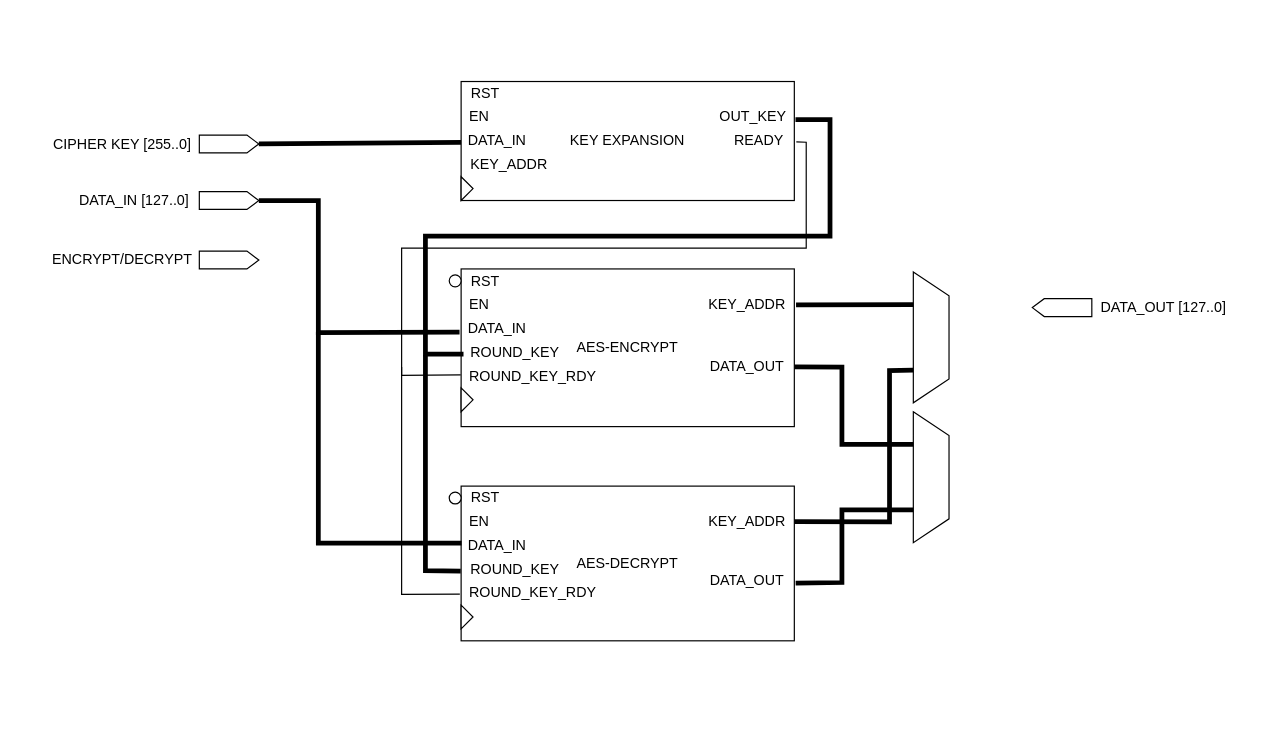
Above: Diagrams/AES-256.drawio in hohaicongthuan/Project-1 (draw.io), before the change. Source tidied: cells renumbered, new cells numbered last; positions are measured from the earlier drawing's top-left corner, leaving out a move shared by most shapes. Both pictures are drawn from the tidied source at 119%, with x=0, y=0 at pixel (44, 81).
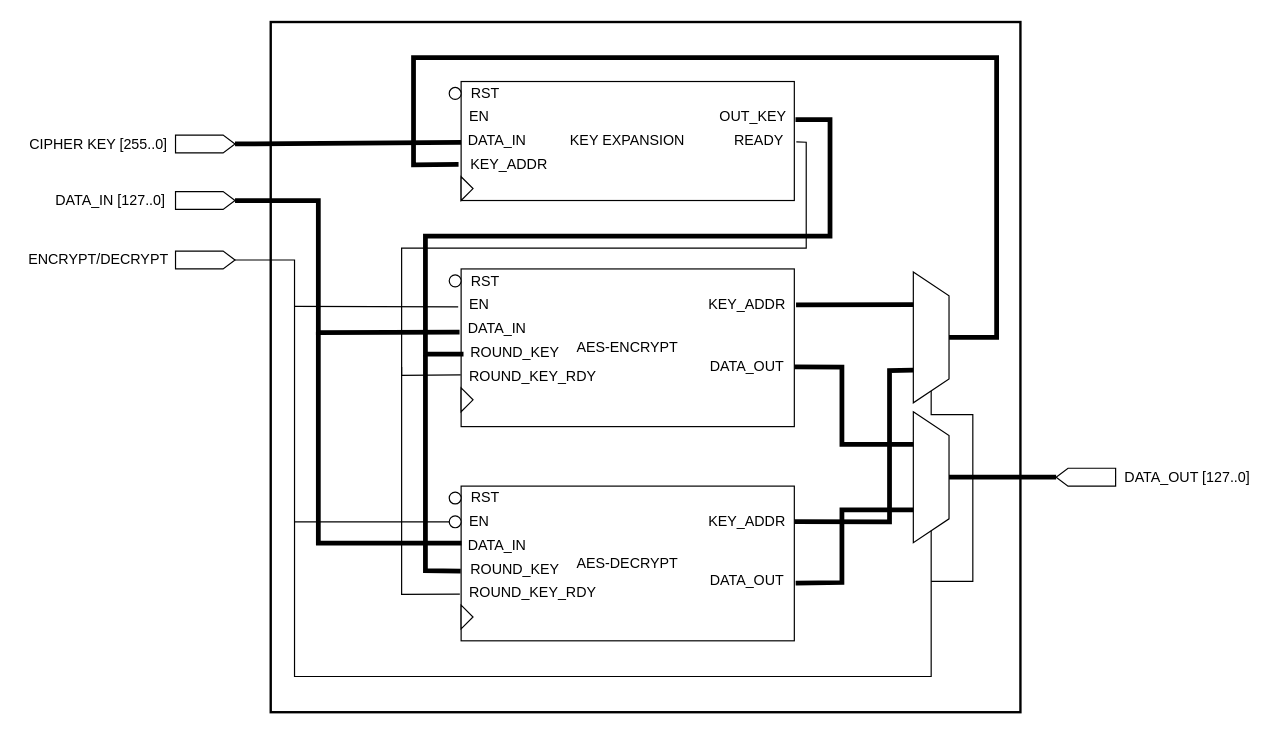
After the change.

The change refers to these unchanged cells:
```xml
<mxCell id="12" value="KEY_ADDR" style="text;html=1;align=center;verticalAlign=middle;points=[];strokeColor=none;" parent="1" vertex="1">
  <mxGeometry x="350" y="60" width="80" height="20" as="geometry" />
</mxCell>
<mxCell id="17" style="shape=trapezoid;perimeter=trapezoidPerimeter;whiteSpace=wrap;html=1;fixedSize=1;direction=south;" parent="1" vertex="1">
  <mxGeometry x="730" y="160" width="30" height="110" as="geometry" />
</mxCell>
<mxCell id="18" style="shape=trapezoid;perimeter=trapezoidPerimeter;whiteSpace=wrap;html=1;fixedSize=1;direction=south;" parent="1" vertex="1">
  <mxGeometry x="730" y="277.5" width="30" height="110" as="geometry" />
</mxCell>
<mxCell id="24" value="EN" style="text;html=1;align=center;verticalAlign=middle;points=[];strokeColor=none;" parent="1" vertex="1">
  <mxGeometry x="350" y="177.5" width="30" height="20" as="geometry" />
</mxCell>
```

The edit, as a diff of the source:
```diff
@@
+    <mxCell id="51" style="rounded=0;whiteSpace=wrap;html=1;fillColor=none;strokeWidth=2;" parent="1" vertex="1">
+      <mxGeometry x="190" y="-50" width="630" height="580" as="geometry" />
+    </mxCell>
+    <mxCell id="52" style="endArrow=none;html=1;strokeColor=#000000;strokeWidth=1;entryX=-0.082;entryY=0.594;entryDx=0;entryDy=0;entryPerimeter=0;" parent="1" edge="1">
+      <mxGeometry relative="1" as="geometry">
+        <mxPoint x="210" y="370" as="sourcePoint" />
+        <mxPoint x="350" y="370" as="targetPoint" />
+      </mxGeometry>
+    </mxCell>
@@
     <mxCell id="5" style="shape=mxgraph.arrows2.arrow;verticalLabelPosition=bottom;shadow=0;dashed=0;align=center;html=1;verticalAlign=top;strokeWidth=1;dy=0;dx=10;notch=0;" parent="1" vertex="1">
-      <mxGeometry x="130" y="45" width="50" height="15" as="geometry" />
+      <mxGeometry x="110" y="45" width="50" height="15" as="geometry" />
     </mxCell>
     <mxCell id="6" value="CIPHER KEY [255..0]" style="text;html=1;align=center;verticalAlign=middle;strokeColor=none;" parent="1" vertex="1">
-      <mxGeometry y="42.5" width="130" height="20" as="geometry" />
+      <mxGeometry x="-20" y="42.5" width="130" height="20" as="geometry" />
     </mxCell>
     <mxCell id="7" style="shape=mxgraph.arrows2.arrow;verticalLabelPosition=bottom;shadow=0;dashed=0;align=center;html=1;verticalAlign=top;strokeWidth=1;dy=0;dx=10;notch=0;" parent="1" vertex="1">
-      <mxGeometry x="130" y="92.5" width="50" height="15" as="geometry" />
+      <mxGeometry x="110" y="92.5" width="50" height="15" as="geometry" />
     </mxCell>
     <mxCell id="8" value="DATA_IN [127..0]" style="text;html=1;align=center;verticalAlign=middle;strokeColor=none;" parent="1" vertex="1">
-      <mxGeometry x="20" y="90" width="110" height="20" as="geometry" />
+      <mxGeometry y="90" width="110" height="20" as="geometry" />
     </mxCell>
@@
     <mxCell id="21" style="shape=mxgraph.arrows2.arrow;verticalLabelPosition=bottom;shadow=0;dashed=0;align=center;html=1;verticalAlign=top;strokeWidth=1;dy=0;dx=10;notch=0;" parent="1" vertex="1">
-      <mxGeometry x="130" y="142.5" width="50" height="15" as="geometry" />
+      <mxGeometry x="110" y="142.5" width="50" height="15" as="geometry" />
     </mxCell>
     <mxCell id="22" value="ENCRYPT/DECRYPT" style="text;html=1;align=center;verticalAlign=middle;strokeColor=none;" parent="1" vertex="1">
-      <mxGeometry y="140" width="130" height="20" as="geometry" />
+      <mxGeometry x="-20" y="140" width="130" height="20" as="geometry" />
     </mxCell>
@@
-    <mxCell id="49" style="shape=mxgraph.arrows2.arrow;verticalLabelPosition=bottom;shadow=0;dashed=0;align=center;html=1;verticalAlign=top;strokeWidth=1;dy=0;dx=10;notch=0;flipH=1;" parent="1" vertex="1">
-      <mxGeometry x="830" y="182.5" width="50" height="15" as="geometry" />
-    </mxCell>
+    <mxCell id="53" style="ellipse;whiteSpace=wrap;html=1;" parent="1" vertex="1">
+      <mxGeometry x="340" y="5" width="10" height="10" as="geometry" />
+    </mxCell>
+    <mxCell id="54" style="endArrow=none;html=1;entryX=1;entryY=0.5;entryDx=0;entryDy=0;entryPerimeter=0;rounded=0;exitX=1;exitY=0.5;exitDx=0;exitDy=0;" parent="1" edge="1" source="18" target="21">
+      <mxGeometry relative="1" as="geometry">
+        <Array as="points">
+          <mxPoint x="745" y="500" />
+          <mxPoint x="210" y="500" />
+          <mxPoint x="210" y="150" />
+        </Array>
+      </mxGeometry>
+    </mxCell>
+    <mxCell id="55" style="shape=mxgraph.arrows2.arrow;verticalLabelPosition=bottom;shadow=0;dashed=0;align=center;html=1;verticalAlign=top;strokeWidth=1;dy=0;dx=10;notch=0;flipH=1;" parent="1" vertex="1">
+      <mxGeometry x="850" y="325" width="50" height="15" as="geometry" />
+    </mxCell>
     <mxCell id="50" value="DATA_OUT [127..0]" style="text;html=1;align=center;verticalAlign=middle;strokeColor=none;" parent="1" vertex="1">
-      <mxGeometry x="880" y="180" width="120" height="20" as="geometry" />
+      <mxGeometry x="900" y="322.5" width="120" height="20" as="geometry" />
     </mxCell>
+    <mxCell id="56" style="endArrow=none;html=1;entryX=1;entryY=0.5;entryDx=0;entryDy=0;rounded=0;" parent="1" edge="1" target="17">
+      <mxGeometry relative="1" as="geometry">
+        <mxPoint x="745" y="420" as="sourcePoint" />
+        <Array as="points">
+          <mxPoint x="780" y="420" />
+          <mxPoint x="780" y="280" />
+          <mxPoint x="745" y="280" />
+        </Array>
+      </mxGeometry>
+    </mxCell>
+    <mxCell id="57" style="endArrow=none;html=1;strokeWidth=4;exitX=0.5;exitY=0;exitDx=0;exitDy=0;rounded=0;entryX=-0.027;entryY=0.483;entryDx=0;entryDy=0;entryPerimeter=0;" parent="1" edge="1" source="17" target="12">
+      <mxGeometry relative="1" as="geometry">
+        <Array as="points">
+          <mxPoint x="800" y="215" />
+          <mxPoint x="800" y="-20" />
+          <mxPoint x="310" y="-20" />
+          <mxPoint x="310" y="70" />
+        </Array>
+      </mxGeometry>
+    </mxCell>
+    <mxCell id="58" style="endArrow=none;html=1;strokeWidth=4;exitX=0.5;exitY=0;exitDx=0;exitDy=0;entryX=1;entryY=0.5;entryDx=0;entryDy=0;entryPerimeter=0;" parent="1" edge="1" source="18" target="55">
+      <mxGeometry relative="1" as="geometry" />
+    </mxCell>
+    <mxCell id="59" style="endArrow=none;html=1;strokeColor=#000000;strokeWidth=1;entryX=-0.082;entryY=0.594;entryDx=0;entryDy=0;entryPerimeter=0;" parent="1" edge="1" target="24">
+      <mxGeometry relative="1" as="geometry">
+        <mxPoint x="210" y="189" as="sourcePoint" />
+      </mxGeometry>
+    </mxCell>
+    <mxCell id="60" style="ellipse;whiteSpace=wrap;html=1;fillColor=#FFFFFF;" parent="1" vertex="1">
+      <mxGeometry x="340" y="365" width="10" height="10" as="geometry" />
+    </mxCell>
```
